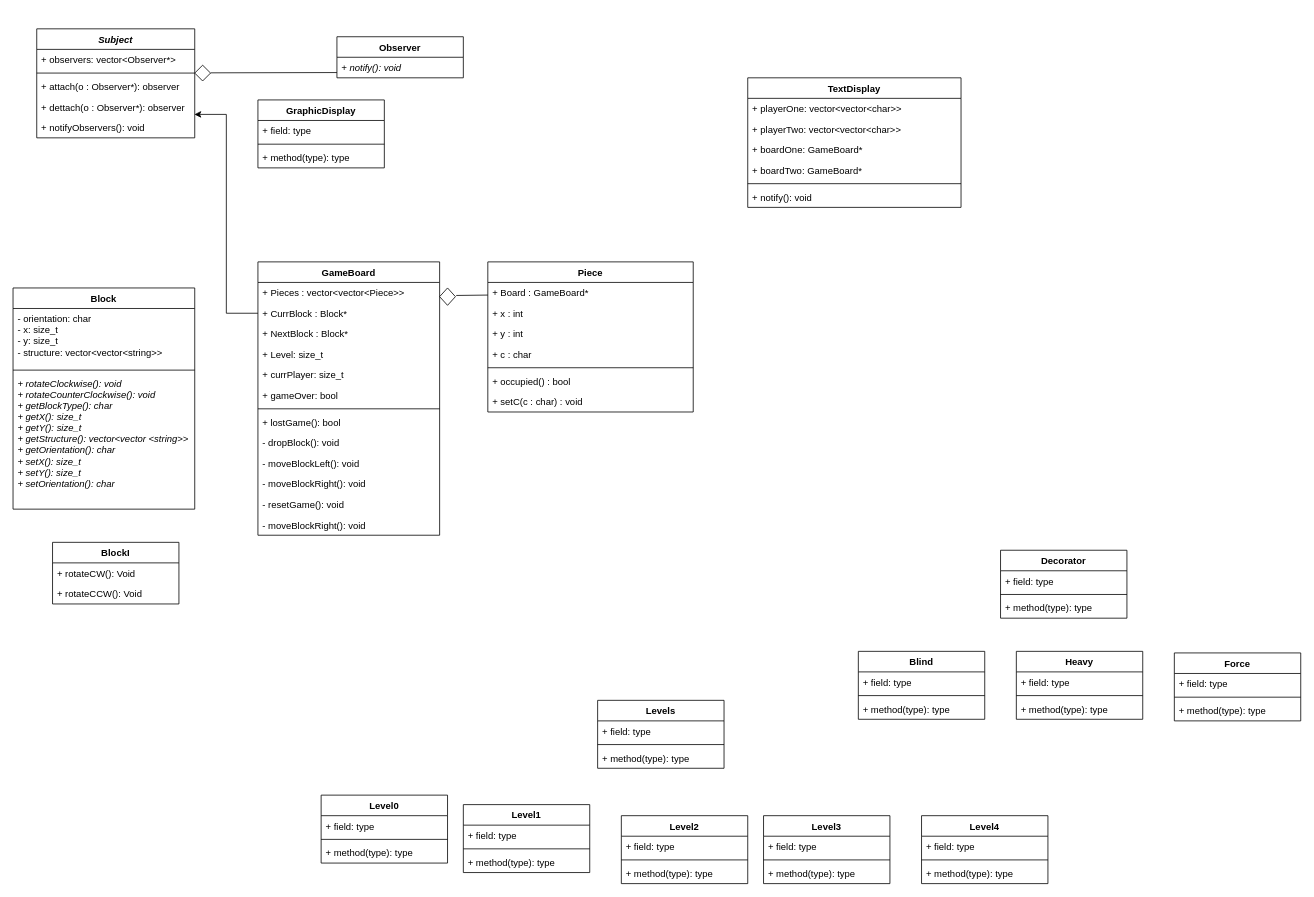
Above: UML.drawio in velomafinsights/biquadris (draw.io), before the change. Source tidied: cells renumbered, new cells numbered last; positions are measured from the earlier drawing's top-left corner, leaving out a move shared by most shapes. Both pictures are drawn from the tidied source at 79%, with x=0, y=0 at pixel (13, 28).
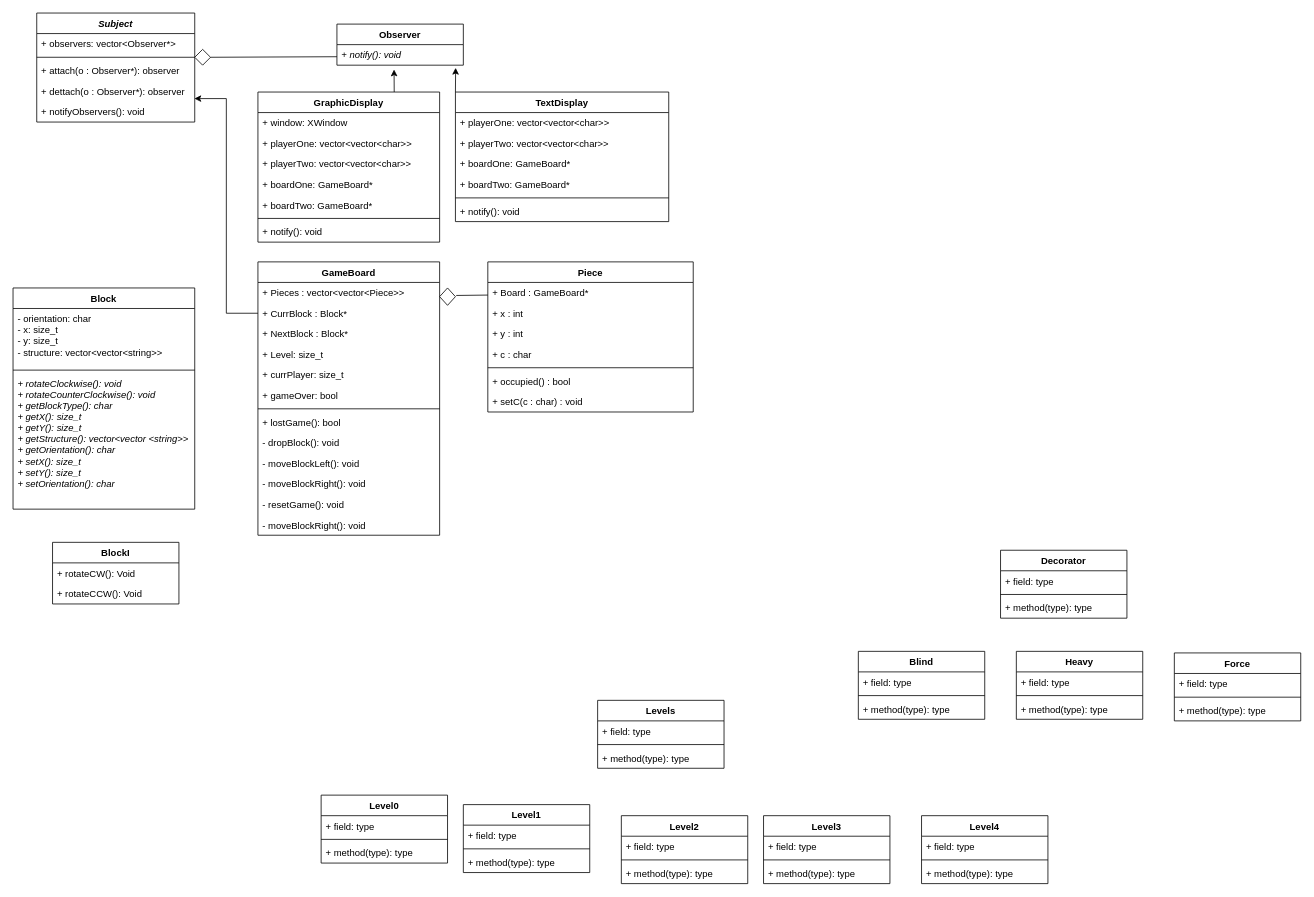
Above is the later version.

Commit message:
observer pattern created

Unchanged cells that the change refers to:
```xml
<mxCell id="9" value="+ notify(): void" style="text;strokeColor=none;fillColor=none;align=left;verticalAlign=top;spacingLeft=4;spacingRight=4;overflow=hidden;points=[[0,0.5],[1,0.5]];portConstraint=eastwest;fontStyle=2;" parent="8" vertex="1">
  <mxGeometry y="26" width="160" height="26" as="geometry" />
</mxCell>
```

What changed in the source:
```diff
@@
     <mxCell id="2" value="Subject" style="swimlane;fontStyle=3;align=center;verticalAlign=top;horizontal=1;startSize=26;" parent="1" vertex="1">
-      <mxGeometry x="30" width="200" height="138" as="geometry" />
+      <mxGeometry x="30" y="-20" width="200" height="138" as="geometry" />
     </mxCell>
@@
     <mxCell id="8" value="Observer&#10;" style="swimlane;fontStyle=1;align=center;verticalAlign=top;horizontal=1;startSize=26;" parent="1" vertex="1">
-      <mxGeometry x="410" y="10" width="160" height="52" as="geometry" />
+      <mxGeometry x="410" y="-6" width="160" height="52" as="geometry" />
     </mxCell>
@@
+    <mxCell id="95" style="edgeStyle=orthogonalEdgeStyle;rounded=0;jettySize=auto;html=1;exitX=0.75;exitY=0;exitDx=0;exitDy=0;entryX=0.452;entryY=1.211;entryDx=0;entryDy=0;entryPerimeter=0;" parent="1" edge="1" source="10" target="9">
+      <mxGeometry relative="1" as="geometry" />
+    </mxCell>
     <mxCell id="10" value="GraphicDisplay&#10;" style="swimlane;fontStyle=1;align=center;verticalAlign=top;horizontal=1;startSize=26;" parent="1" vertex="1">
-      <mxGeometry x="310" y="90" width="160" height="86" as="geometry" />
+      <mxGeometry x="310" y="80" width="230" height="190" as="geometry" />
     </mxCell>
-    <mxCell id="11" value="+ field: type" style="text;strokeColor=none;fillColor=none;align=left;verticalAlign=top;spacingLeft=4;spacingRight=4;overflow=hidden;" parent="10" vertex="1">
-      <mxGeometry y="26" width="160" height="26" as="geometry" />
+    <mxCell id="11" value="+ window: XWindow" style="text;strokeColor=none;fillColor=none;align=left;verticalAlign=top;spacingLeft=4;spacingRight=4;overflow=hidden;" parent="10" vertex="1">
+      <mxGeometry y="26" width="230" height="26" as="geometry" />
     </mxCell>
+    <mxCell id="96" value="+ playerOne: vector&lt;vector&lt;char&gt;&gt;" style="text;strokeColor=none;fillColor=none;align=left;verticalAlign=top;spacingLeft=4;spacingRight=4;overflow=hidden;" parent="10" vertex="1">
+      <mxGeometry y="52" width="230" height="26" as="geometry" />
+    </mxCell>
+    <mxCell id="97" value="+ playerTwo: vector&lt;vector&lt;char&gt;&gt;" style="text;strokeColor=none;fillColor=none;align=left;verticalAlign=top;spacingLeft=4;spacingRight=4;overflow=hidden;" parent="10" vertex="1">
+      <mxGeometry y="78" width="230" height="26" as="geometry" />
+    </mxCell>
+    <mxCell id="98" value="+ boardOne: GameBoard*" style="text;strokeColor=none;fillColor=none;align=left;verticalAlign=top;spacingLeft=4;spacingRight=4;overflow=hidden;" parent="10" vertex="1">
+      <mxGeometry y="104" width="230" height="26" as="geometry" />
+    </mxCell>
+    <mxCell id="99" value="+ boardTwo: GameBoard*" style="text;strokeColor=none;fillColor=none;align=left;verticalAlign=top;spacingLeft=4;spacingRight=4;overflow=hidden;" parent="10" vertex="1">
+      <mxGeometry y="130" width="230" height="26" as="geometry" />
+    </mxCell>
     <mxCell id="12" style="line;strokeWidth=1;fillColor=none;align=left;verticalAlign=middle;spacingTop=-1;spacingLeft=3;spacingRight=3;labelPosition=right;strokeColor=inherit;" parent="10" vertex="1">
-      <mxGeometry y="52" width="160" height="8" as="geometry" />
+      <mxGeometry y="156" width="230" height="8" as="geometry" />
     </mxCell>
-    <mxCell id="13" value="+ method(type): type" style="text;strokeColor=none;fillColor=none;align=left;verticalAlign=top;spacingLeft=4;spacingRight=4;overflow=hidden;" parent="10" vertex="1">
-      <mxGeometry y="60" width="160" height="26" as="geometry" />
-    </mxCell>
+    <mxCell id="100" value="+ notify(): void" style="text;strokeColor=none;fillColor=none;align=left;verticalAlign=top;spacingLeft=4;spacingRight=4;overflow=hidden;" parent="10" vertex="1">
+      <mxGeometry y="164" width="230" height="26" as="geometry" />
+    </mxCell>
+    <mxCell id="101" style="edgeStyle=orthogonalEdgeStyle;rounded=0;jettySize=auto;html=1;exitX=0;exitY=0;exitDx=0;exitDy=0;entryX=0.939;entryY=1.13;entryDx=0;entryDy=0;entryPerimeter=0;" parent="1" edge="1" source="14" target="9">
+      <mxGeometry relative="1" as="geometry" />
+    </mxCell>
     <mxCell id="14" value="TextDisplay&#10;" style="swimlane;fontStyle=1;align=center;verticalAlign=top;horizontal=1;startSize=26;" parent="1" vertex="1">
-      <mxGeometry x="930" y="62" width="270" height="164" as="geometry" />
+      <mxGeometry x="560" y="80" width="270" height="164" as="geometry" />
     </mxCell>
@@
     <mxCell id="91" style="rhombus;whiteSpace=wrap;html=1;" parent="1" vertex="1">
-      <mxGeometry x="230" y="46" width="20" height="20" as="geometry" />
+      <mxGeometry x="230" y="26" width="20" height="20" as="geometry" />
     </mxCell>
-    <mxCell id="92" style="endArrow=none;html=1;rounded=0;entryX=0;entryY=0.744;entryDx=0;entryDy=0;entryPerimeter=0;" parent="1" edge="1" target="9">
+    <mxCell id="92" style="endArrow=none;html=1;rounded=0;entryX=0;entryY=0.744;entryDx=0;entryDy=0;entryPerimeter=0;exitX=1;exitY=0.5;exitDx=0;exitDy=0;" parent="1" edge="1" source="91">
       <mxGeometry relative="1" as="geometry">
-        <mxPoint x="250" y="55.7" as="sourcePoint" />
+        <mxPoint x="410" y="35.3" as="targetPoint" />
       </mxGeometry>
     </mxCell>
```
